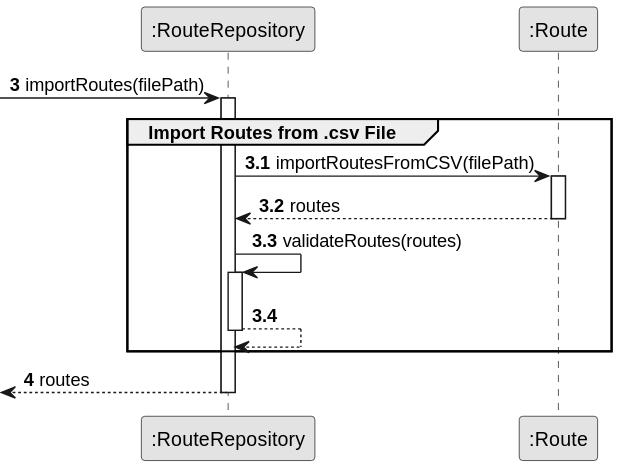
Above: docs/sprintB/us012/03.design/svg/us012-sequence-diagram-partial-import-.csv-file.svg in ricardomm7/leaflink (PlantUML), before the change. Source of this version:
```plantuml
@startuml
skinparam monochrome true
skinparam packageStyle rectangle
skinparam shadowing false

autonumber

participant ":RouteRepository" as Repository
participant ":Route" as Importer
autonumber 3


 -> Repository : importRoutes(filePath)
autonumber 3.1

activate Repository

  Group Import Routes from .csv File

    Repository -> Importer: importRoutesFromCSV(filePath)
        activate Importer

        Importer --> Repository: routes
        deactivate Importer


    Repository -> Repository: validateRoutes(routes)
    activate Repository

        Repository --> Repository
        deactivate Repository


    end
    autonumber 4


     <-- Repository  : routes
deactivate Repository
@enduml
```
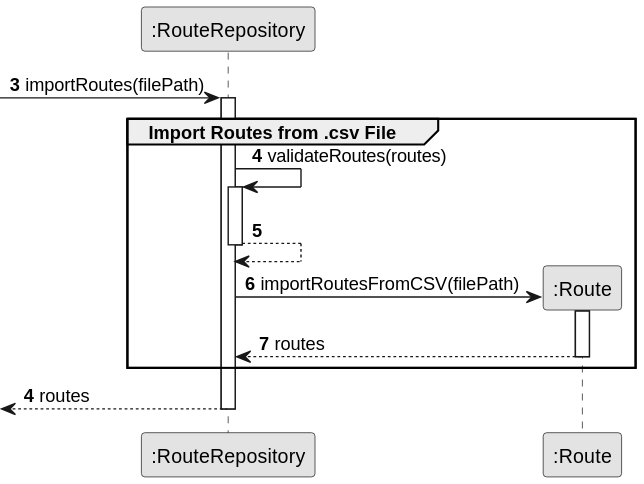
The same file after the commit.

Diff of the diagram source:
```diff
@@ -11,25 +11,22 @@
 
 
  -> Repository : importRoutes(filePath)
-autonumber 3.1
 
 activate Repository
 
   Group Import Routes from .csv File
 
-    Repository -> Importer: importRoutesFromCSV(filePath)
+  Repository -> Repository: validateRoutes(routes)
+      activate Repository
+
+          Repository --> Repository
+          deactivate Repository
+
+    Repository -> Importer**: importRoutesFromCSV(filePath)
         activate Importer
 
         Importer --> Repository: routes
         deactivate Importer
-
-
-    Repository -> Repository: validateRoutes(routes)
-    activate Repository
-
-        Repository --> Repository
-        deactivate Repository
-
 
     end
     autonumber 4
```
